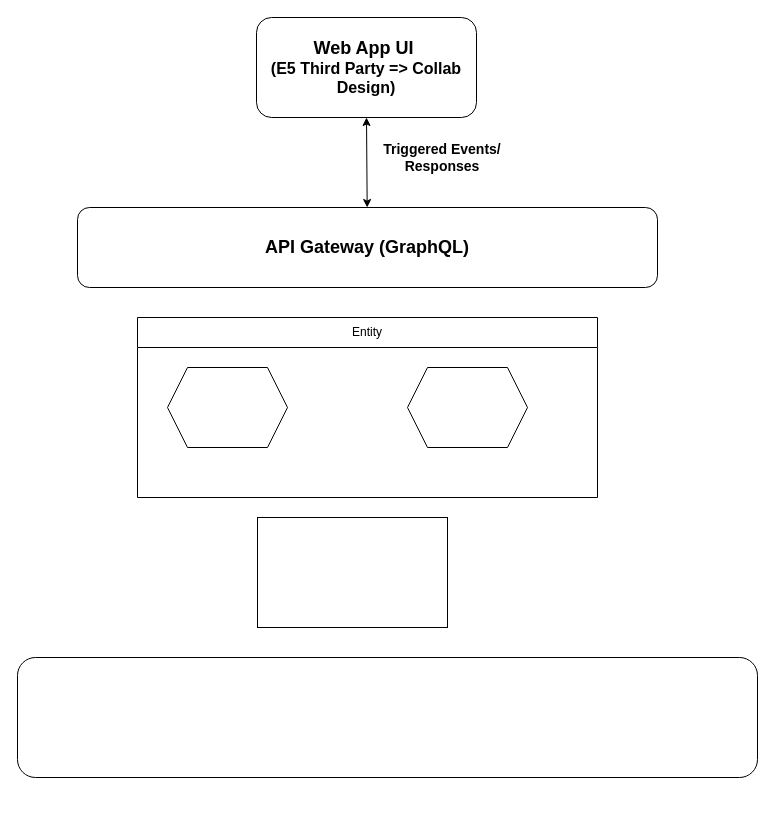
The draw.io diagram Diagrams/EventMeshOrchestration.drawio in atheeswaran/VehicleAPIPlatform, before the edit. Source tidied: cells renumbered, new cells numbered last; positions are measured from the earlier drawing's top-left corner, leaving out a move shared by most shapes. Both pictures are drawn from the tidied source at 100%, with x=0, y=0 at pixel (17, 17).
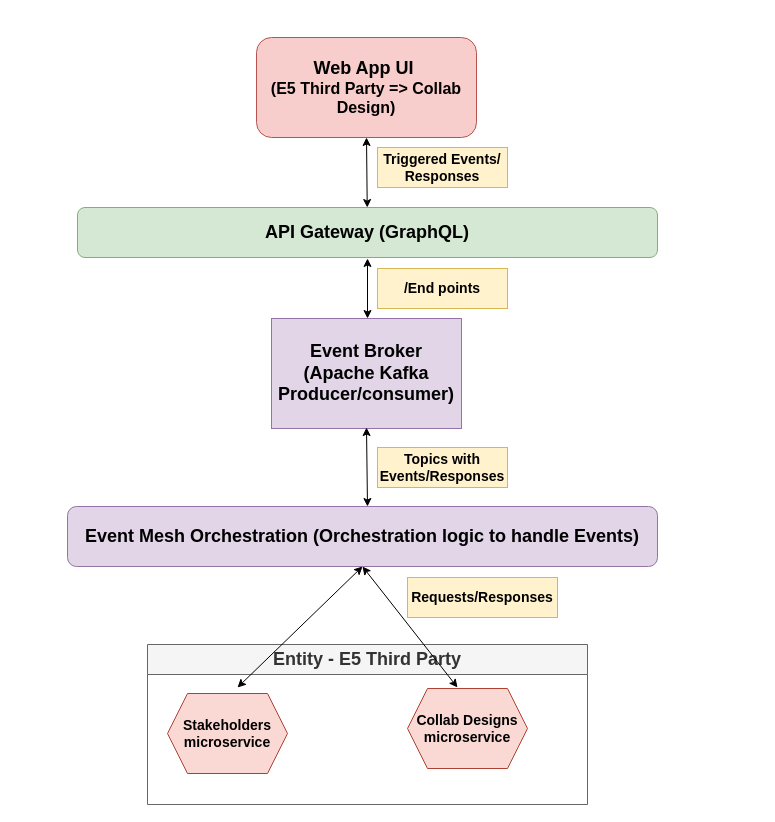
The same page after the edit.

The edit, as a diff of the source:
```diff
@@
-    <mxCell id="2" value="&lt;font style=&quot;font-size: 18px;&quot;&gt;&lt;b&gt;API Gateway (GraphQL)&lt;/b&gt;&lt;/font&gt;" style="rounded=1;whiteSpace=wrap;html=1;" parent="1" vertex="1">
-      <mxGeometry x="60" y="190" width="580" height="80" as="geometry" />
+    <mxCell id="2" value="&lt;font style=&quot;font-size: 18px;&quot;&gt;&lt;b&gt;API Gateway (GraphQL)&lt;/b&gt;&lt;/font&gt;" style="rounded=1;whiteSpace=wrap;html=1;fillColor=#d5e8d4;strokeColor=#82b366;" parent="1" vertex="1">
+      <mxGeometry x="60" y="190" width="580" height="50" as="geometry" />
     </mxCell>
-    <mxCell id="3" value="&lt;b&gt;&lt;font style=&quot;font-size: 18px;&quot;&gt;Web App UI&amp;nbsp;&lt;/font&gt;&lt;/b&gt;&lt;div&gt;&lt;b&gt;&lt;font style=&quot;&quot; size=&quot;3&quot;&gt;(E5 Third Party =&amp;gt; Collab Design)&lt;/font&gt;&lt;/b&gt;&lt;/div&gt;" style="rounded=1;whiteSpace=wrap;html=1;" parent="1" vertex="1">
-      <mxGeometry x="239" width="220" height="100" as="geometry" />
+    <mxCell id="3" value="&lt;b&gt;&lt;font style=&quot;font-size: 18px;&quot;&gt;Web App UI&amp;nbsp;&lt;/font&gt;&lt;/b&gt;&lt;div&gt;&lt;b&gt;&lt;font style=&quot;&quot; size=&quot;3&quot;&gt;(E5 Third Party =&amp;gt; Collab Design)&lt;/font&gt;&lt;/b&gt;&lt;/div&gt;" style="rounded=1;whiteSpace=wrap;html=1;fillColor=#f8cecc;strokeColor=#b85450;" parent="1" vertex="1">
+      <mxGeometry x="239" y="20" width="220" height="100" as="geometry" />
     </mxCell>
-    <mxCell id="4" style="shape=hexagon;perimeter=hexagonPerimeter2;whiteSpace=wrap;html=1;fixedSize=1;" parent="1" vertex="1">
-      <mxGeometry x="150" y="350" width="120" height="80" as="geometry" />
-    </mxCell>
-    <mxCell id="5" style="shape=hexagon;perimeter=hexagonPerimeter2;whiteSpace=wrap;html=1;fixedSize=1;" parent="1" vertex="1">
-      <mxGeometry x="390" y="350" width="120" height="80" as="geometry" />
-    </mxCell>
-    <mxCell id="6" value="Entity" style="swimlane;fontStyle=0;horizontal=1;startSize=30;whiteSpace=wrap;html=1;" parent="1" vertex="1">
-      <mxGeometry x="120" y="300" width="460" height="180" as="geometry" />
-    </mxCell>
-    <mxCell id="7" style="rounded=0;whiteSpace=wrap;html=1;" parent="1" vertex="1">
-      <mxGeometry x="240" y="500" width="190" height="110" as="geometry" />
+    <mxCell id="7" value="&lt;b&gt;&lt;font style=&quot;font-size: 18px;&quot;&gt;Event Broker (Apache Kafka Producer/consumer)&lt;/font&gt;&lt;/b&gt;" style="rounded=0;whiteSpace=wrap;html=1;fillColor=#e1d5e7;strokeColor=#9673a6;" parent="1" vertex="1">
+      <mxGeometry x="254" y="301" width="190" height="110" as="geometry" />
     </mxCell>
-    <mxCell id="8" style="rounded=1;whiteSpace=wrap;html=1;" parent="1" vertex="1">
-      <mxGeometry y="640" width="740" height="120" as="geometry" />
+    <mxCell id="8" value="&lt;b&gt;&lt;font style=&quot;font-size: 18px;&quot;&gt;Event Mesh Orchestration (Orchestration logic to handle Events)&lt;/font&gt;&lt;/b&gt;" style="rounded=1;whiteSpace=wrap;html=1;fillColor=#e1d5e7;strokeColor=#9673a6;" parent="1" vertex="1">
+      <mxGeometry x="50" y="489" width="590" height="60" as="geometry" />
     </mxCell>
@@
-    <mxCell id="10" value="&lt;b&gt;&lt;font style=&quot;font-size: 14px;&quot;&gt;Triggered Events/ Responses&lt;/font&gt;&lt;/b&gt;" style="text;html=1;align=center;verticalAlign=middle;whiteSpace=wrap;rounded=0;" parent="1" vertex="1">
-      <mxGeometry x="360" y="120" width="130" height="40" as="geometry" />
+    <mxCell id="10" value="&lt;b&gt;&lt;font style=&quot;font-size: 14px;&quot;&gt;Triggered Events/ Responses&lt;/font&gt;&lt;/b&gt;" style="text;html=1;align=center;verticalAlign=middle;whiteSpace=wrap;rounded=0;fillColor=#fff2cc;strokeColor=#d6b656;" parent="1" vertex="1">
+      <mxGeometry x="360" y="130" width="130" height="40" as="geometry" />
     </mxCell>
+    <mxCell id="11" style="endArrow=classic;startArrow=classic;html=1;rounded=0;exitX=0.5;exitY=0;exitDx=0;exitDy=0;" parent="1" edge="1">
+      <mxGeometry relative="1" as="geometry">
+        <mxPoint x="350" y="301" as="sourcePoint" />
+        <mxPoint x="350" y="241" as="targetPoint" />
+      </mxGeometry>
+    </mxCell>
+    <mxCell id="12" value="&lt;b&gt;&lt;font style=&quot;font-size: 14px;&quot;&gt;/End points&lt;/font&gt;&lt;/b&gt;" style="text;html=1;align=center;verticalAlign=middle;whiteSpace=wrap;rounded=0;fillColor=#fff2cc;strokeColor=#d6b656;" parent="1" vertex="1">
+      <mxGeometry x="360" y="251" width="130" height="40" as="geometry" />
+    </mxCell>
+    <mxCell id="13" style="endArrow=classic;startArrow=classic;html=1;rounded=0;entryX=0.5;entryY=0.991;entryDx=0;entryDy=0;entryPerimeter=0;" parent="1" edge="1" target="7">
+      <mxGeometry relative="1" as="geometry">
+        <mxPoint x="350" y="489" as="sourcePoint" />
+      </mxGeometry>
+    </mxCell>
+    <mxCell id="14" value="&lt;b&gt;&lt;font style=&quot;font-size: 14px;&quot;&gt;Topics with Events/Responses&lt;/font&gt;&lt;/b&gt;" style="text;html=1;align=center;verticalAlign=middle;whiteSpace=wrap;rounded=0;fillColor=#fff2cc;strokeColor=#d6b656;" parent="1" vertex="1">
+      <mxGeometry x="360" y="430" width="130" height="40" as="geometry" />
+    </mxCell>
+    <mxCell id="15" value="&lt;font style=&quot;font-size: 14px;&quot;&gt;&lt;b&gt;Stakeholders microservice&lt;/b&gt;&lt;/font&gt;" style="shape=hexagon;perimeter=hexagonPerimeter2;whiteSpace=wrap;html=1;fixedSize=1;fillColor=#fad9d5;strokeColor=#ae4132;" parent="1" vertex="1">
+      <mxGeometry x="150" y="676" width="120" height="80" as="geometry" />
+    </mxCell>
+    <mxCell id="16" value="&lt;b&gt;&lt;font style=&quot;font-size: 14px;&quot;&gt;Collab Designs microservice&lt;/font&gt;&lt;/b&gt;" style="shape=hexagon;perimeter=hexagonPerimeter2;whiteSpace=wrap;html=1;fixedSize=1;fillColor=#fad9d5;strokeColor=#ae4132;" parent="1" vertex="1">
+      <mxGeometry x="390" y="671" width="120" height="80" as="geometry" />
+    </mxCell>
+    <mxCell id="17" value="&lt;b&gt;&lt;font style=&quot;font-size: 18px;&quot;&gt;Entity - E5 Third Party&lt;/font&gt;&lt;/b&gt;" style="swimlane;fontStyle=0;horizontal=1;startSize=30;whiteSpace=wrap;html=1;fillColor=#f5f5f5;fontColor=#333333;strokeColor=#666666;" parent="1" vertex="1">
+      <mxGeometry x="130" y="627" width="440" height="160" as="geometry" />
+    </mxCell>
+    <mxCell id="18" style="endArrow=classic;startArrow=classic;html=1;rounded=0;entryX=0.5;entryY=1;entryDx=0;entryDy=0;" parent="17" edge="1" target="8">
+      <mxGeometry relative="1" as="geometry">
+        <mxPoint x="90" y="43" as="sourcePoint" />
+      </mxGeometry>
+    </mxCell>
+    <mxCell id="19" style="endArrow=classic;startArrow=classic;html=1;rounded=0;entryX=0.5;entryY=1;entryDx=0;entryDy=0;" parent="1" edge="1" target="8">
+      <mxGeometry relative="1" as="geometry">
+        <mxPoint x="440" y="670" as="sourcePoint" />
+      </mxGeometry>
+    </mxCell>
+    <mxCell id="20" value="&lt;b&gt;&lt;font style=&quot;font-size: 14px;&quot;&gt;Requests/Responses&lt;/font&gt;&lt;/b&gt;" style="text;html=1;align=center;verticalAlign=middle;whiteSpace=wrap;rounded=0;fillColor=#fff2cc;strokeColor=#d6b656;" parent="1" vertex="1">
+      <mxGeometry x="390" y="560" width="150" height="40" as="geometry" />
+    </mxCell>
```
